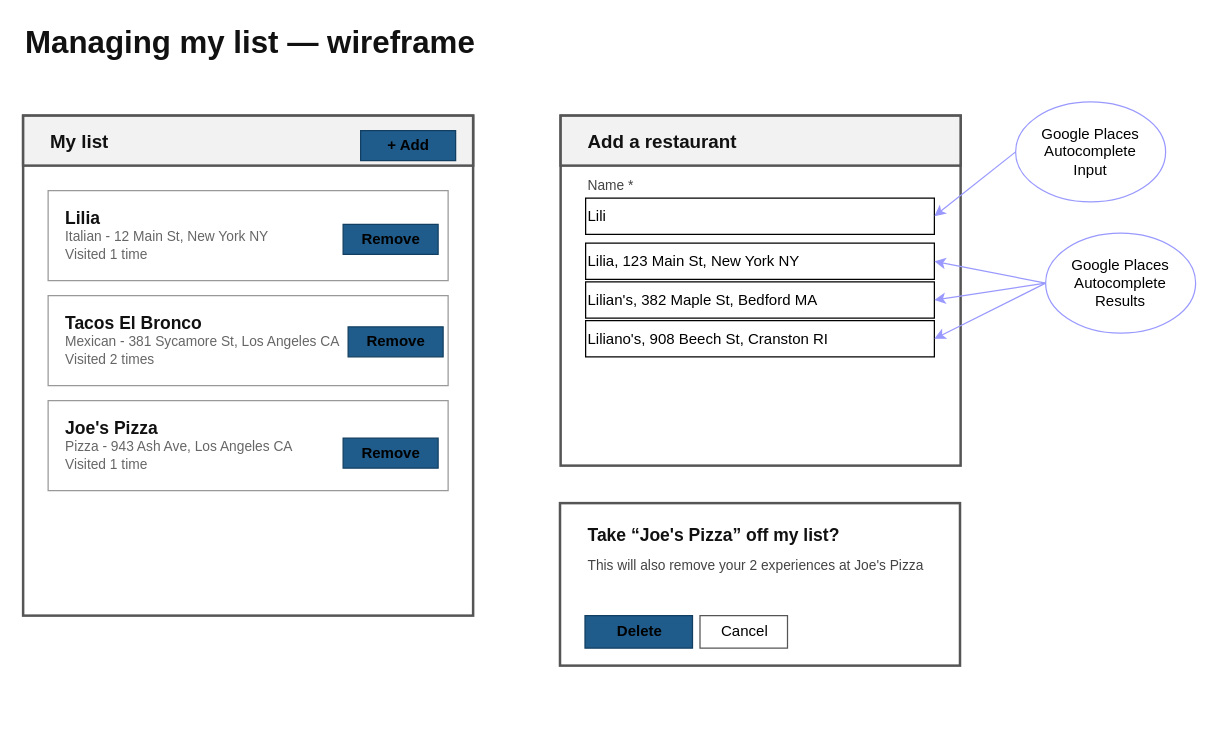
arches/shortlist keeps this draw.io diagram as docs/features/0001_managing-my-list/managing-my-list.wireframe.drawio. Above is the earlier version. Source tidied: cells renumbered, new cells numbered last; positions are measured from the earlier drawing's top-left corner, leaving out a move shared by most shapes. Both pictures are drawn from the tidied source at 125%, with x=0, y=0 at pixel (22, 28).
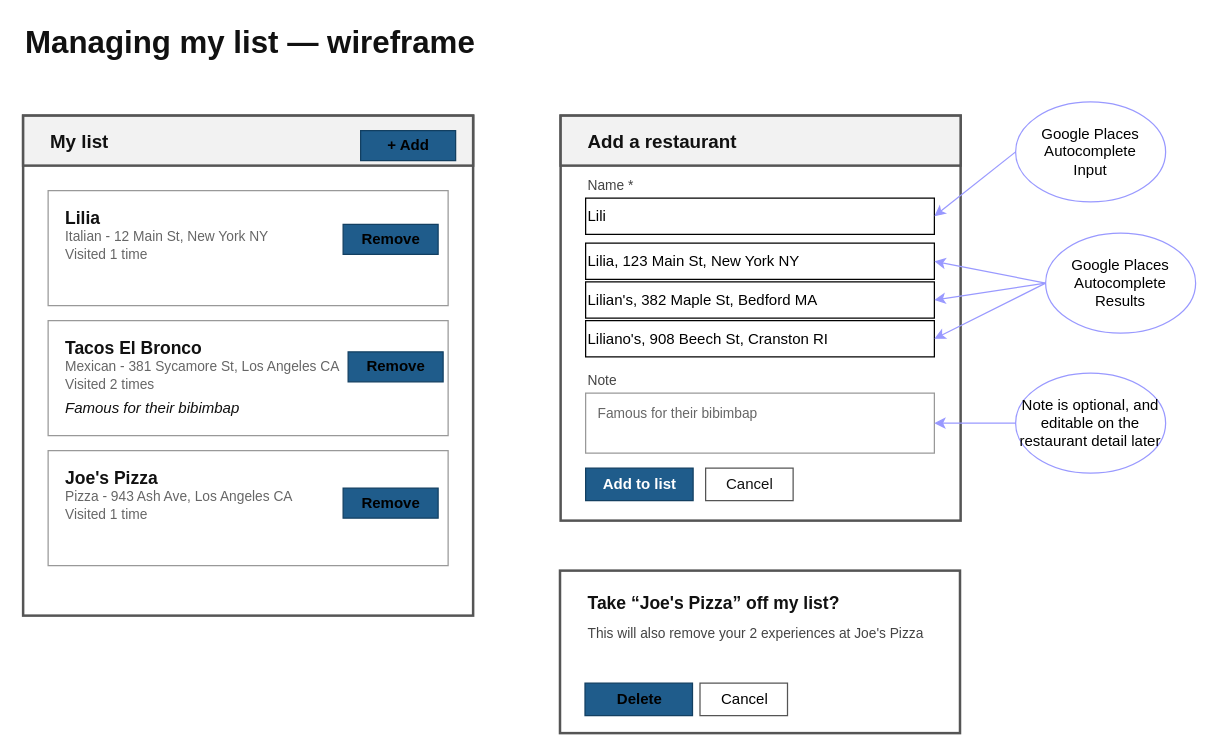
The same page after the edit.

Commit message (it also covers changes not shown here):
Ability to add a note to the restaurant

What changed in the source:
```diff
@@
     <mxCell id="5" style="rounded=0;html=1;fillColor=#ffffff;strokeColor=#999999;strokeWidth=1;dashed=0;" parent="1" vertex="1">
-      <mxGeometry x="20" y="130" width="320" height="72" as="geometry" />
+      <mxGeometry x="20" y="130" width="320" height="92" as="geometry" />
     </mxCell>
     <mxCell id="6" style="rounded=0;html=1;fillColor=#ffffff;strokeColor=#999999;strokeWidth=1;dashed=0;" parent="1" vertex="1">
-      <mxGeometry x="20" y="214" width="320" height="72" as="geometry" />
+      <mxGeometry x="20" y="234" width="320" height="92" as="geometry" />
     </mxCell>
     <mxCell id="7" style="rounded=0;html=1;fillColor=#ffffff;strokeColor=#999999;strokeWidth=1;dashed=0;" parent="1" vertex="1">
-      <mxGeometry x="20" y="298" width="320" height="72" as="geometry" />
+      <mxGeometry x="20" y="338" width="320" height="92" as="geometry" />
     </mxCell>
     <mxCell id="8" style="rounded=0;html=1;fillColor=#ffffff;strokeColor=#555555;strokeWidth=2;dashed=0;" parent="1" vertex="1">
-      <mxGeometry x="430" y="70" width="320" height="280" as="geometry" />
+      <mxGeometry x="430" y="70" width="320" height="324" as="geometry" />
     </mxCell>
@@
     <mxCell id="10" style="rounded=0;html=1;fillColor=#ffffff;strokeColor=#555555;strokeWidth=2;dashed=0;" parent="1" vertex="1">
-      <mxGeometry x="429.5" y="380" width="320" height="130" as="geometry" />
+      <mxGeometry x="429.5" y="434" width="320" height="130" as="geometry" />
     </mxCell>
     <mxCell id="11" value="&lt;b&gt;Delete&lt;/b&gt;" style="rounded=0;html=1;fillColor=#1f5c8b;strokeColor=#123f61;strokeWidth=1;dashed=0;" parent="1" vertex="1">
-      <mxGeometry x="449.5" y="470" width="86" height="26" as="geometry" />
+      <mxGeometry x="449.5" y="524" width="86" height="26" as="geometry" />
     </mxCell>
@@
     <mxCell id="16" value="Tacos El Bronco" style="text;html=1;strokeColor=none;fillColor=none;align=left;verticalAlign=middle;fontSize=14;fontColor=#111111;fontStyle=1;" parent="1" vertex="1">
-      <mxGeometry x="32" y="226" width="180" height="20" as="geometry" />
+      <mxGeometry x="32" y="246" width="180" height="20" as="geometry" />
     </mxCell>
     <mxCell id="17" value="Mexican - 381 Sycamore St, Los Angeles CA&lt;br&gt;Visited 2 times" style="text;html=1;strokeColor=none;fillColor=none;align=left;verticalAlign=middle;fontSize=11;fontColor=#666666;" parent="1" vertex="1">
-      <mxGeometry x="32" y="248" width="180" height="20" as="geometry" />
+      <mxGeometry x="32" y="268" width="180" height="20" as="geometry" />
     </mxCell>
     <mxCell id="18" value="Joe's Pizza" style="text;html=1;strokeColor=none;fillColor=none;align=left;verticalAlign=middle;fontSize=14;fontColor=#111111;fontStyle=1;" parent="1" vertex="1">
-      <mxGeometry x="32" y="310" width="180" height="20" as="geometry" />
+      <mxGeometry x="32" y="350" width="180" height="20" as="geometry" />
     </mxCell>
     <mxCell id="19" value="Pizza - 943 Ash Ave, Los Angeles CA&lt;br&gt;Visited 1 time" style="text;html=1;strokeColor=none;fillColor=none;align=left;verticalAlign=middle;fontSize=11;fontColor=#666666;" parent="1" vertex="1">
-      <mxGeometry x="32" y="332" width="180" height="20" as="geometry" />
+      <mxGeometry x="32" y="372" width="180" height="20" as="geometry" />
     </mxCell>
@@
     <mxCell id="22" value="Take “Joe's Pizza” off my list?" style="text;html=1;strokeColor=none;fillColor=none;align=left;verticalAlign=middle;fontSize=14;fontColor=#111111;fontStyle=1;" parent="1" vertex="1">
-      <mxGeometry x="449.5" y="396" width="180" height="20" as="geometry" />
+      <mxGeometry x="449.5" y="450" width="180" height="20" as="geometry" />
     </mxCell>
     <mxCell id="23" value="This will also remove your 2 experiences at Joe's Pizza" style="text;html=1;strokeColor=none;fillColor=none;align=left;verticalAlign=middle;fontSize=11;fontColor=#444444;" parent="1" vertex="1">
-      <mxGeometry x="449.5" y="420" width="180" height="20" as="geometry" />
+      <mxGeometry x="449.5" y="474" width="180" height="20" as="geometry" />
     </mxCell>
@@
     <mxCell id="28" value="&lt;font color=&quot;#000000&quot;&gt;Cancel&lt;/font&gt;" style="rounded=0;html=1;fillColor=#ffffff;strokeColor=#555555;strokeWidth=1;dashed=0;" parent="1" vertex="1">
-      <mxGeometry x="541.5" y="470" width="70" height="26" as="geometry" />
+      <mxGeometry x="541.5" y="524" width="70" height="26" as="geometry" />
     </mxCell>
@@
     <mxCell id="36" value="&lt;b&gt;Remove&lt;/b&gt;" style="rounded=0;html=1;fillColor=#1f5c8b;strokeColor=#123f61;strokeWidth=1;dashed=0;" parent="1" vertex="1">
-      <mxGeometry x="260" y="239" width="76" height="24" as="geometry" />
+      <mxGeometry x="260" y="259" width="76" height="24" as="geometry" />
     </mxCell>
     <mxCell id="37" value="&lt;b&gt;Remove&lt;/b&gt;" style="rounded=0;html=1;fillColor=#1f5c8b;strokeColor=#123f61;strokeWidth=1;dashed=0;" parent="1" vertex="1">
-      <mxGeometry x="256" y="328" width="76" height="24" as="geometry" />
+      <mxGeometry x="256" y="368" width="76" height="24" as="geometry" />
     </mxCell>
+    <mxCell id="38" value="Famous for their bibimbap" style="text;html=1;strokeColor=none;fillColor=none;align=left;verticalAlign=middle;fontSize=12;fontColor=#111111;fontStyle=2;" parent="1" vertex="1">
+      <mxGeometry x="32" y="294" width="260" height="20" as="geometry" />
+    </mxCell>
+    <mxCell id="39" value="Note" style="text;html=1;strokeColor=none;fillColor=none;align=left;verticalAlign=middle;fontSize=11;fontColor=#444444;" parent="1" vertex="1">
+      <mxGeometry x="450" y="272" width="180" height="20" as="geometry" />
+    </mxCell>
+    <mxCell id="40" style="rounded=0;html=1;fillColor=#ffffff;strokeColor=#999999;strokeWidth=1;dashed=0;" parent="1" vertex="1">
+      <mxGeometry x="450" y="292" width="279" height="48" as="geometry" />
+    </mxCell>
+    <mxCell id="41" value="Famous for their bibimbap" style="text;html=1;strokeColor=none;fillColor=none;align=left;verticalAlign=middle;fontSize=11;fontColor=#666666;" parent="1" vertex="1">
+      <mxGeometry x="458" y="298" width="260" height="20" as="geometry" />
+    </mxCell>
+    <mxCell id="42" value="&lt;b&gt;Add to list&lt;/b&gt;" style="rounded=0;html=1;fillColor=#1f5c8b;strokeColor=#123f61;strokeWidth=1;dashed=0;fontColor=#ffffff;" parent="1" vertex="1">
+      <mxGeometry x="450" y="352" width="86" height="26" as="geometry" />
+    </mxCell>
+    <mxCell id="43" value="Cancel" style="rounded=0;html=1;fillColor=#ffffff;strokeColor=#555555;strokeWidth=1;dashed=0;fontColor=#111111;" parent="1" vertex="1">
+      <mxGeometry x="546" y="352" width="70" height="26" as="geometry" />
+    </mxCell>
+    <mxCell id="44" value="Note is optional, and&lt;br&gt;editable on the restaurant detail later" style="ellipse;whiteSpace=wrap;html=1;shadow=0;strokeColor=#9999FF;fontColor=#000000;fillColor=none;" parent="1" vertex="1">
+      <mxGeometry x="794" y="276" width="120" height="80" as="geometry" />
+    </mxCell>
+    <mxCell id="45" style="edgeStyle=none;html=1;exitX=0;exitY=0.5;exitDx=0;exitDy=0;entryX=1;entryY=0.5;entryDx=0;entryDy=0;labelBackgroundColor=#FFFFFF;strokeColor=#9999FF;fontColor=#000000;" parent="1" edge="1" source="44" target="40">
+      <mxGeometry relative="1" as="geometry" />
+    </mxCell>
```
